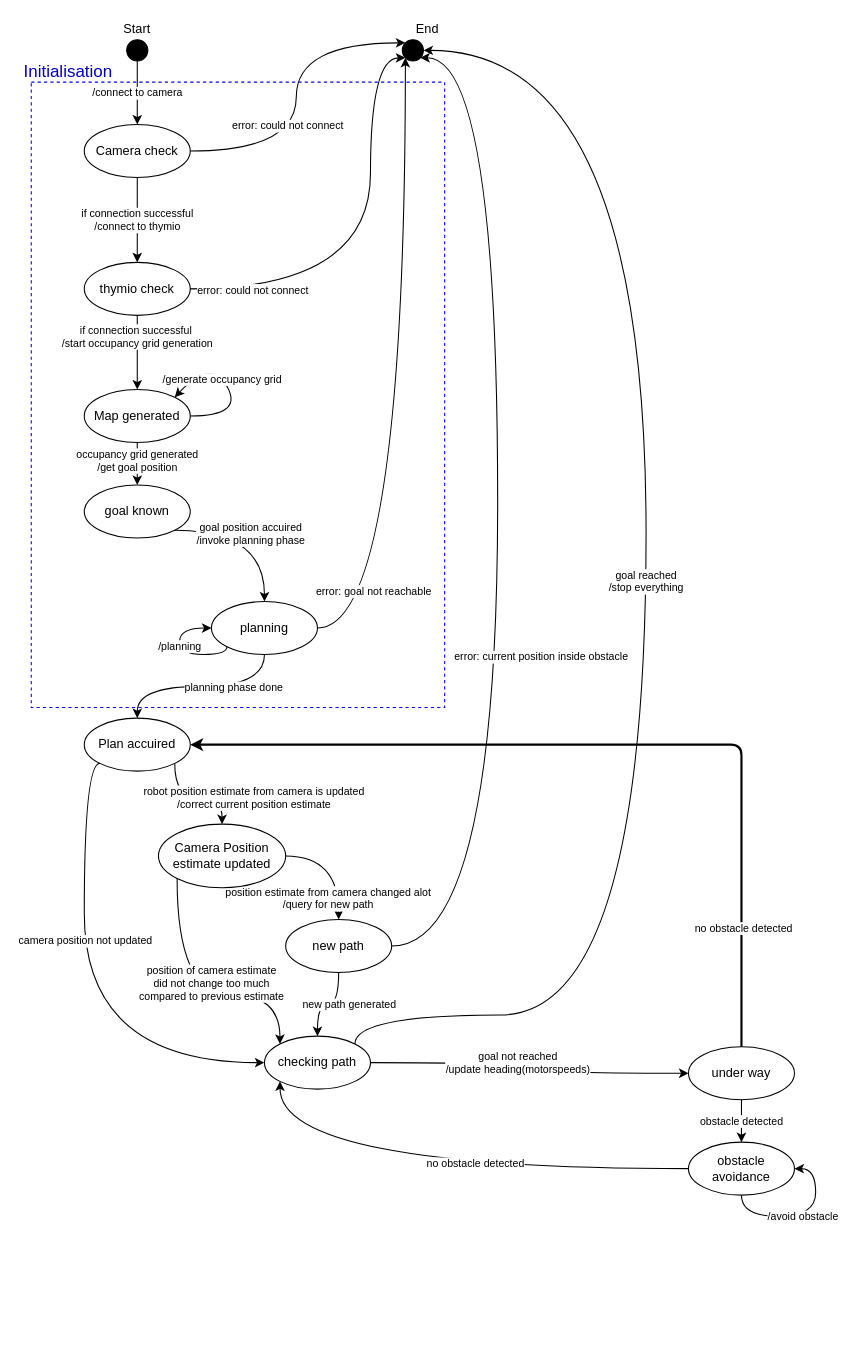
This is documentation/stateEventRobotics.drawio from micht1/publicmobileRobotics, a draw.io file, before an edit. Source tidied: cells renumbered, new cells numbered last; positions are measured from the earlier drawing's top-left corner, leaving out a move shared by most shapes. Both pictures are drawn from the tidied source at 106%, with x=0, y=0 at pixel (31, 18).
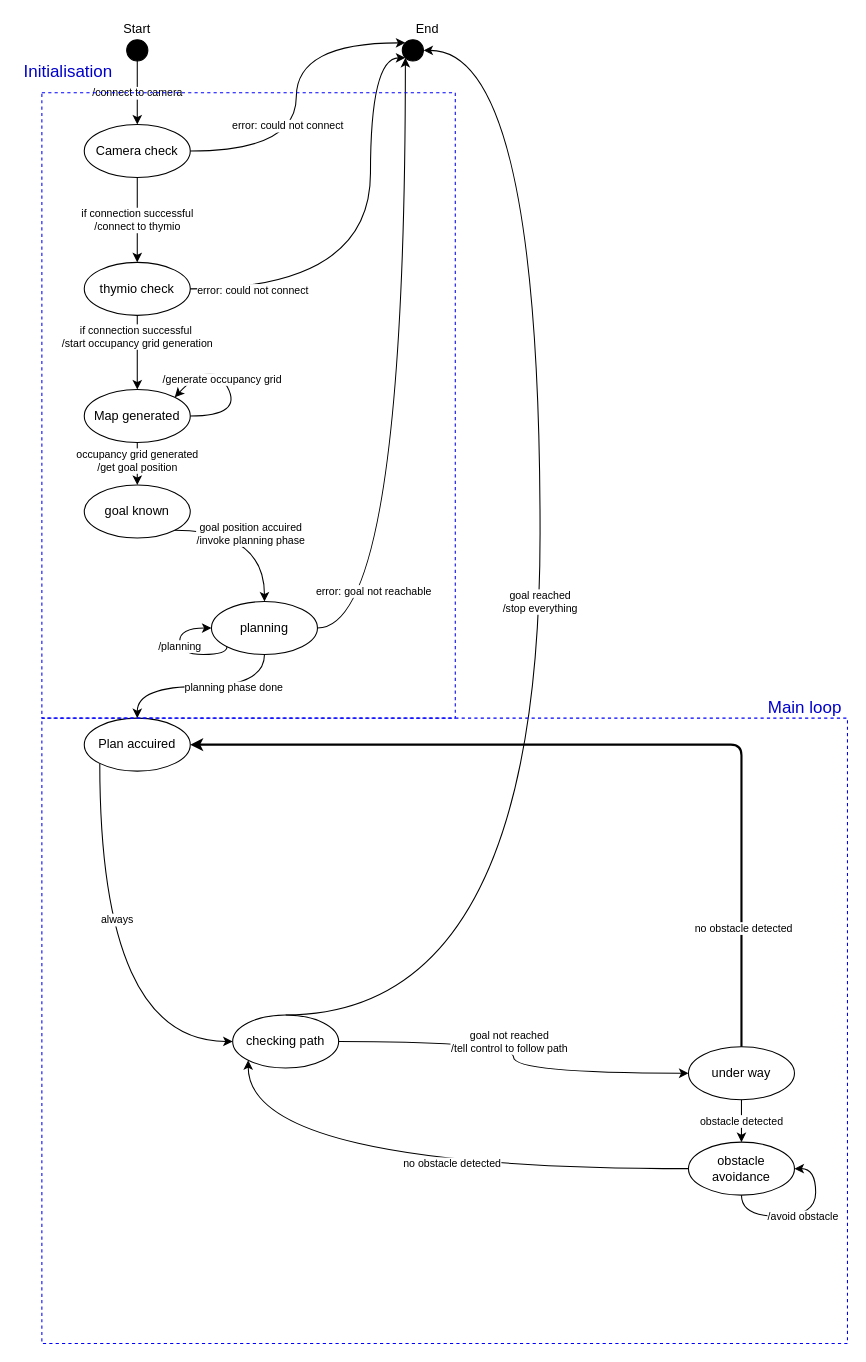
The same page after the edit.

The change refers to these unchanged cells:
```xml
<mxCell id="13" style="ellipse;whiteSpace=wrap;html=1;fillColor=#000000;" parent="1" vertex="1">
  <mxGeometry x="350" y="20" width="20" height="20" as="geometry" />
</mxCell>
<mxCell id="24" value="Plan accuired" style="ellipse;whiteSpace=wrap;html=1;fillColor=none;" parent="1" vertex="1">
  <mxGeometry x="50" y="660" width="100" height="50" as="geometry" />
</mxCell>
<mxCell id="33" style="edgeStyle=orthogonalEdgeStyle;jettySize=auto;html=1;exitX=1;exitY=0.5;exitDx=0;exitDy=0;entryX=0;entryY=0.5;entryDx=0;entryDy=0;strokeWidth=1;fontSize=10;curved=1;" parent="1" edge="1" source="35" target="47">
  <mxGeometry relative="1" as="geometry" />
</mxCell>
<mxCell id="49" value="obstacle avoidance" style="ellipse;whiteSpace=wrap;html=1;fillColor=none;" parent="1" vertex="1">
  <mxGeometry x="620" y="1060" width="100" height="50" as="geometry" />
</mxCell>
```

Change to the diagram source:
```diff
@@
     <mxCell id="21" style="edgeStyle=orthogonalEdgeStyle;curved=1;rounded=0;jettySize=auto;html=1;fontSize=10;exitX=0;exitY=1;exitDx=0;exitDy=0;entryX=0;entryY=0.5;entryDx=0;entryDy=0;" parent="1" edge="1" source="24" target="35">
       <mxGeometry relative="1" as="geometry">
         <Array as="points">
-          <mxPoint x="50" y="703" />
-          <mxPoint x="50" y="985" />
+          <mxPoint x="65" y="965" />
         </Array>
       </mxGeometry>
     </mxCell>
-    <mxCell id="22" value="camera position not updated" style="edgeLabel;html=1;align=center;verticalAlign=middle;fontSize=10;" parent="21" vertex="1">
+    <mxCell id="22" value="always" style="edgeLabel;html=1;align=center;verticalAlign=middle;fontSize=10;" parent="21" vertex="1">
       <mxGeometry x="-0.24" y="-4" relative="1" as="geometry">
-        <mxPoint x="4" y="4.5" as="offset" />
+        <mxPoint x="19.4" y="0.3" as="offset" />
       </mxGeometry>
     </mxCell>
-    <mxCell id="23" value="robot position estimate from camera is updated&lt;br&gt;/correct current position estimate" style="edgeStyle=orthogonalEdgeStyle;curved=1;rounded=0;jettySize=auto;html=1;fontSize=10;exitX=1;exitY=1;exitDx=0;exitDy=0;entryX=0.5;entryY=0;entryDx=0;entryDy=0;" parent="1" edge="1" source="24" target="39">
-      <mxGeometry x="0.51" y="30" relative="1" as="geometry" />
-    </mxCell>
@@
-    <mxCell id="32" value="goal reached&lt;br&gt;/stop everything" style="edgeStyle=orthogonalEdgeStyle;curved=1;jettySize=auto;html=1;exitX=1;exitY=0;exitDx=0;exitDy=0;entryX=1;entryY=0.5;entryDx=0;entryDy=0;fontSize=10;" parent="1" edge="1" source="35" target="13">
+    <mxCell id="32" value="goal reached&lt;br&gt;/stop everything" style="edgeStyle=orthogonalEdgeStyle;curved=1;jettySize=auto;html=1;exitX=0.5;exitY=0;exitDx=0;exitDy=0;entryX=1;entryY=0.5;entryDx=0;entryDy=0;fontSize=10;" parent="1" edge="1" source="35" target="13">
       <mxGeometry relative="1" as="geometry">
         <Array as="points">
-          <mxPoint x="305" y="940" />
-          <mxPoint x="580" y="940" />
-          <mxPoint x="580" y="30" />
+          <mxPoint x="480" y="940" />
+          <mxPoint x="480" y="30" />
         </Array>
       </mxGeometry>
     </mxCell>
@@
-    <mxCell id="34" value="goal not reached&lt;br&gt;/update heading(motorspeeds)" style="edgeLabel;html=1;align=center;verticalAlign=middle;fontSize=10;" parent="33" vertex="1">
+    <mxCell id="34" value="goal not reached&lt;br&gt;/tell control to follow path" style="edgeLabel;html=1;align=center;verticalAlign=middle;fontSize=10;" parent="33" vertex="1">
       <mxGeometry x="-0.11" y="1" relative="1" as="geometry" />
     </mxCell>
     <mxCell id="35" value="checking path" style="ellipse;whiteSpace=wrap;html=1;fillColor=none;" parent="1" vertex="1">
-      <mxGeometry x="220" y="960" width="100" height="50" as="geometry" />
+      <mxGeometry x="190" y="940" width="100" height="50" as="geometry" />
     </mxCell>
-    <mxCell id="36" style="edgeStyle=orthogonalEdgeStyle;curved=1;rounded=0;jettySize=auto;html=1;fontSize=10;exitX=0;exitY=1;exitDx=0;exitDy=0;entryX=0;entryY=0;entryDx=0;entryDy=0;" parent="1" edge="1" source="39" target="35">
-      <mxGeometry relative="1" as="geometry">
-        <Array as="points">
-          <mxPoint x="138" y="920" />
-          <mxPoint x="235" y="920" />
-        </Array>
-      </mxGeometry>
-    </mxCell>
-    <mxCell id="37" value="position of camera estimate &lt;br&gt;did not change too much&lt;br&gt;compared to previous estimate" style="edgeLabel;html=1;align=center;verticalAlign=middle;fontSize=10;" parent="36" vertex="1">
-      <mxGeometry x="-0.17" y="-2" relative="1" as="geometry">
-        <mxPoint x="34.4" y="-7" as="offset" />
-      </mxGeometry>
-    </mxCell>
-    <mxCell id="38" value="position estimate from camera changed alot&lt;br&gt;/query for new path" style="edgeStyle=orthogonalEdgeStyle;curved=1;rounded=0;jettySize=auto;html=1;exitX=1;exitY=0.5;exitDx=0;exitDy=0;entryX=0.5;entryY=0;entryDx=0;entryDy=0;fontSize=10;" parent="1" edge="1" source="39" target="43">
-      <mxGeometry x="0.64" y="-10" relative="1" as="geometry" />
-    </mxCell>
-    <mxCell id="39" value="Camera Position estimate updated" style="ellipse;whiteSpace=wrap;html=1;fillColor=none;" parent="1" vertex="1">
-      <mxGeometry x="120" y="760" width="120" height="60" as="geometry" />
-    </mxCell>
-    <mxCell id="40" style="edgeStyle=orthogonalEdgeStyle;curved=1;jettySize=auto;html=1;exitX=1;exitY=0.5;exitDx=0;exitDy=0;fontSize=10;" parent="1" edge="1" source="43">
-      <mxGeometry relative="1" as="geometry">
-        <mxPoint x="367" y="37" as="targetPoint" />
-        <Array as="points">
-          <mxPoint x="440" y="875" />
-          <mxPoint x="440" y="37" />
-        </Array>
-      </mxGeometry>
-    </mxCell>
-    <mxCell id="41" value="error: current position inside obstacle" style="edgeLabel;html=1;align=center;verticalAlign=middle;fontSize=10;" parent="40" vertex="1">
-      <mxGeometry x="-0.55" y="3" relative="1" as="geometry">
-        <mxPoint x="43" y="-147" as="offset" />
-      </mxGeometry>
-    </mxCell>
-    <mxCell id="42" value="new path generated" style="edgeStyle=orthogonalEdgeStyle;curved=1;jettySize=auto;html=1;fontSize=10;exitX=0.5;exitY=1;exitDx=0;exitDy=0;" parent="1" edge="1" source="43" target="35">
-      <mxGeometry x="-0.25" y="-10" relative="1" as="geometry">
-        <mxPoint x="10" y="10" as="offset" />
-      </mxGeometry>
-    </mxCell>
-    <mxCell id="43" value="new path" style="ellipse;whiteSpace=wrap;html=1;fillColor=none;" parent="1" vertex="1">
-      <mxGeometry x="240" y="850" width="100" height="50" as="geometry" />
-    </mxCell>
@@
     <mxCell id="48" value="no obstacle detected" style="edgeStyle=orthogonalEdgeStyle;curved=1;jettySize=auto;html=1;exitX=0;exitY=0.5;exitDx=0;exitDy=0;entryX=0;entryY=1;entryDx=0;entryDy=0;fontSize=10;" parent="1" edge="1" source="49" target="35">
-      <mxGeometry x="-0.14" y="-5" relative="1" as="geometry">
-        <Array as="points">
-          <mxPoint x="235" y="1085" />
-        </Array>
-      </mxGeometry>
+      <mxGeometry x="-0.14" y="-5" relative="1" as="geometry" />
     </mxCell>
@@
     <mxCell id="51" style="rounded=0;whiteSpace=wrap;html=1;fillColor=none;dashed=1;strokeColor=#0000FF;" parent="1" vertex="1">
-      <mxGeometry y="60" width="390" height="590" as="geometry" />
+      <mxGeometry x="10" y="660" width="760" height="590" as="geometry" />
     </mxCell>
@@
+    <mxCell id="53" style="rounded=0;whiteSpace=wrap;html=1;fillColor=none;dashed=1;strokeColor=#0000FF;" parent="1" vertex="1">
+      <mxGeometry x="10" y="70" width="390" height="590" as="geometry" />
+    </mxCell>
+    <mxCell id="54" value="&lt;font color=&quot;#0000cc&quot; style=&quot;font-size: 16px&quot;&gt;Main loop&lt;/font&gt;" style="text;html=1;strokeColor=none;fillColor=none;align=center;verticalAlign=middle;whiteSpace=wrap;rounded=0;dashed=1;" parent="1" vertex="1">
+      <mxGeometry x="690" y="640" width="80" height="20" as="geometry" />
+    </mxCell>
```
